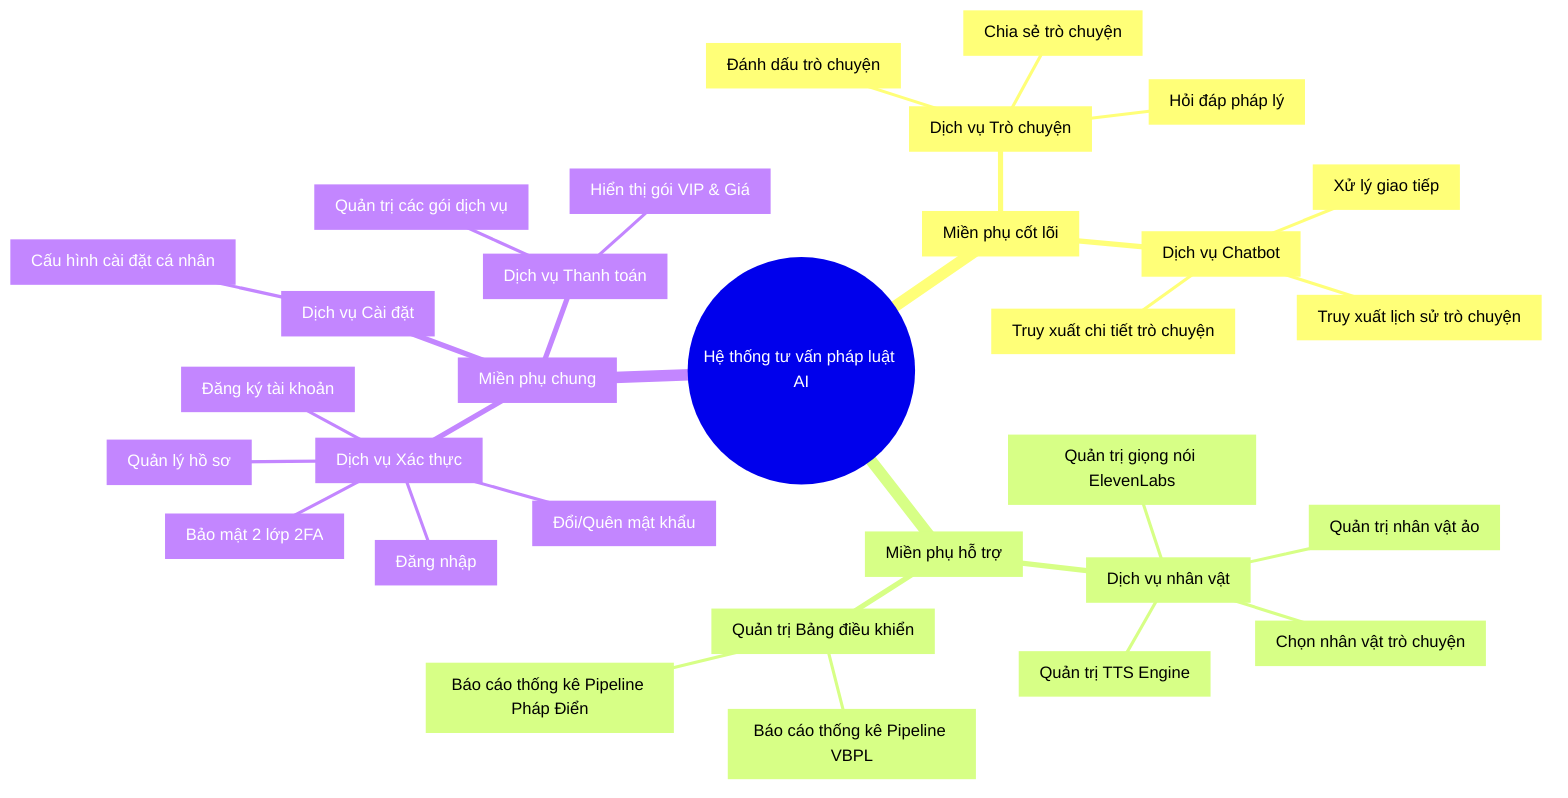
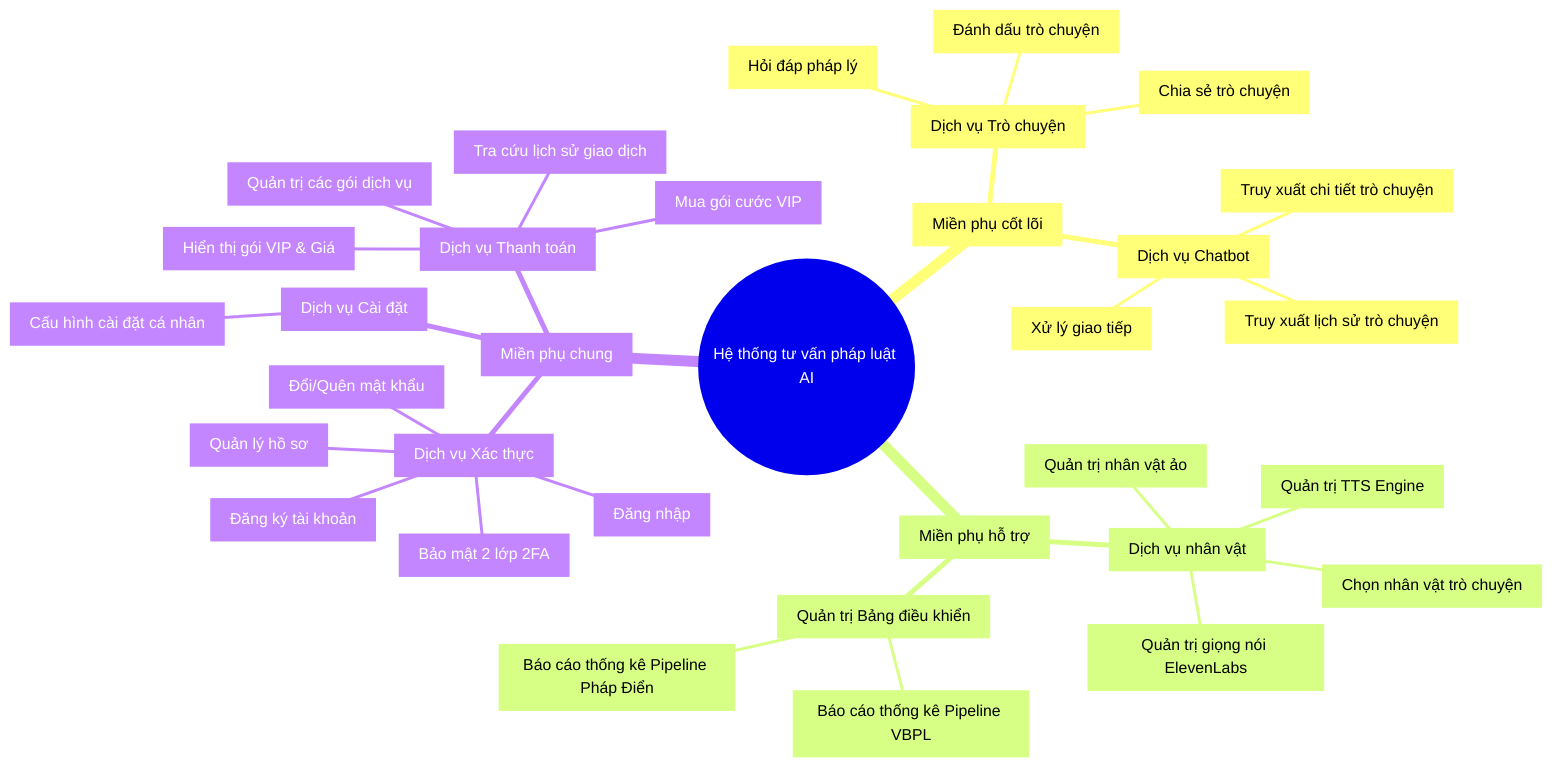
mindmap
  root((Hệ thống tư vấn pháp luật AI))
    Core["Miền phụ cốt lõi"]
      Conversation["Dịch vụ Trò chuyện"]
        Chat["Hỏi đáp pháp lý"]
        Bookmark["Đánh dấu trò chuyện"]
        Share["Chia sẻ trò chuyện"]
      Chatbot["Dịch vụ Chatbot"]
        Chatbot_Comm["Xử lý giao tiếp"]
        Chatbot_Hist["Truy xuất lịch sử trò chuyện"]
        Chatbot_Detail["Truy xuất chi tiết trò chuyện"]
    Supporting["Miền phụ hỗ trợ"]
      Persona["Dịch vụ nhân vật"]
        Select["Chọn nhân vật trò chuyện"]
        Manage_Persona["Quản trị nhân vật ảo"]
        Manage_TTS_Engine["Quản trị TTS Engine"]
        Manage_Voice["Quản trị giọng nói ElevenLabs"]
      Dashboard["Quản trị Bảng điều khiển"]
        VBPL_Pipeline["Báo cáo thống kê Pipeline VBPL"]
        PhapDien_Pipeline["Báo cáo thống kê Pipeline Pháp Điển"]
    Generic["Miền phụ chung"]
      Auth["Dịch vụ Xác thực"]
        Register["Đăng ký tài khoản"]
        Login["Đăng nhập"]
        MFA["Bảo mật 2 lớp 2FA"]
        Profile["Quản lý hồ sơ"]
        Password["Đổi/Quên mật khẩu"]
      Settings["Dịch vụ Cài đặt"]
        Config["Cấu hình cài đặt cá nhân"]
      Payment["Dịch vụ Thanh toán"]
        View_Price["Hiển thị gói VIP & Giá"]
+         Purchase_VIP["Mua gói cước VIP"]
+         Txn_History["Tra cứu lịch sử giao dịch"]
        Manage_Plans["Quản trị các gói dịch vụ"]
